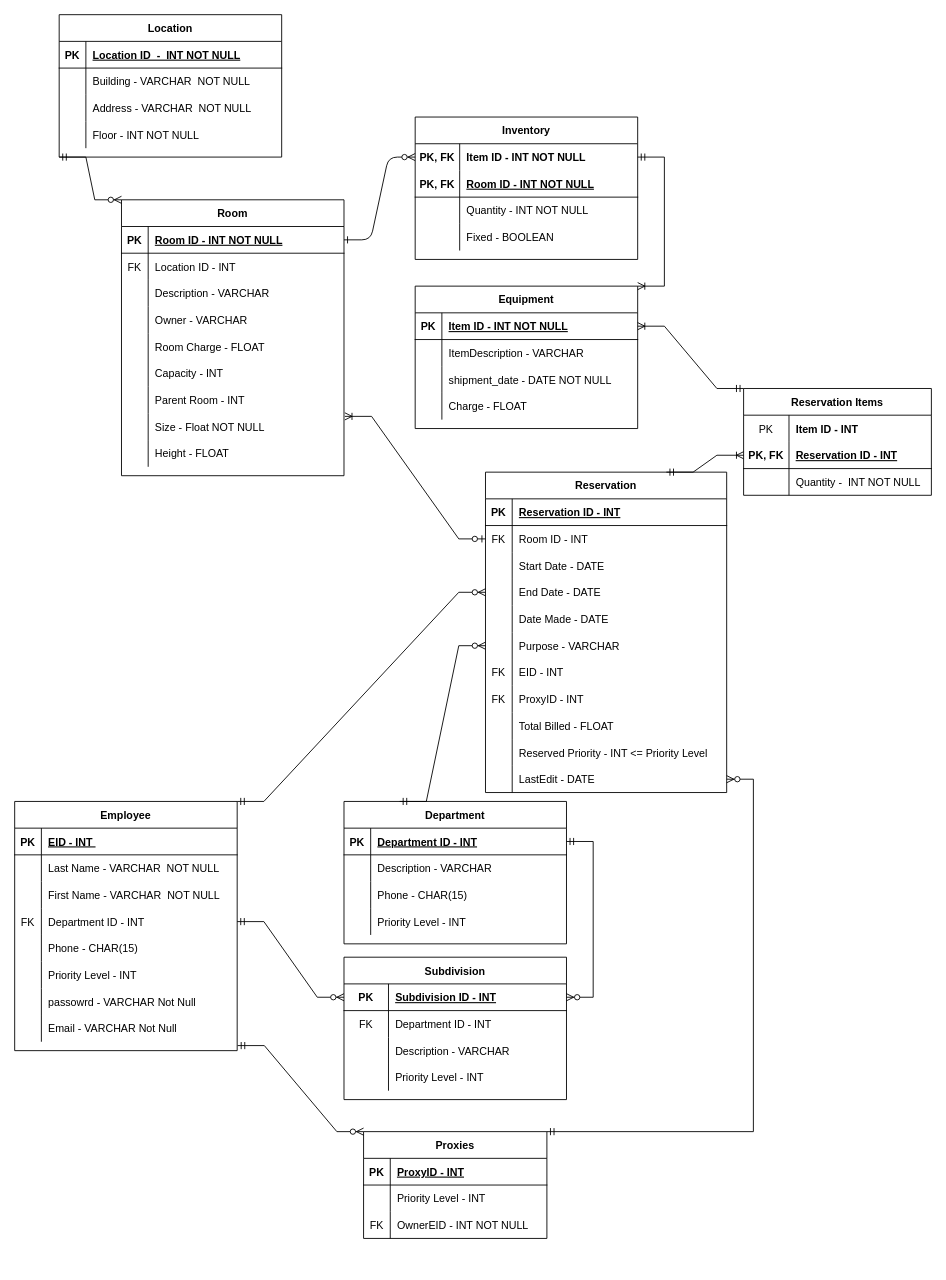
Above: Projcet1.drawio in seanjedi/comp-163-database-design-class (draw.io), before the change. Source tidied: cells renumbered, new cells numbered last; positions are measured from the earlier drawing's top-left corner, leaving out a move shared by most shapes. Both pictures are drawn from the tidied source at 89%, with x=0, y=0 at pixel (14, 14).
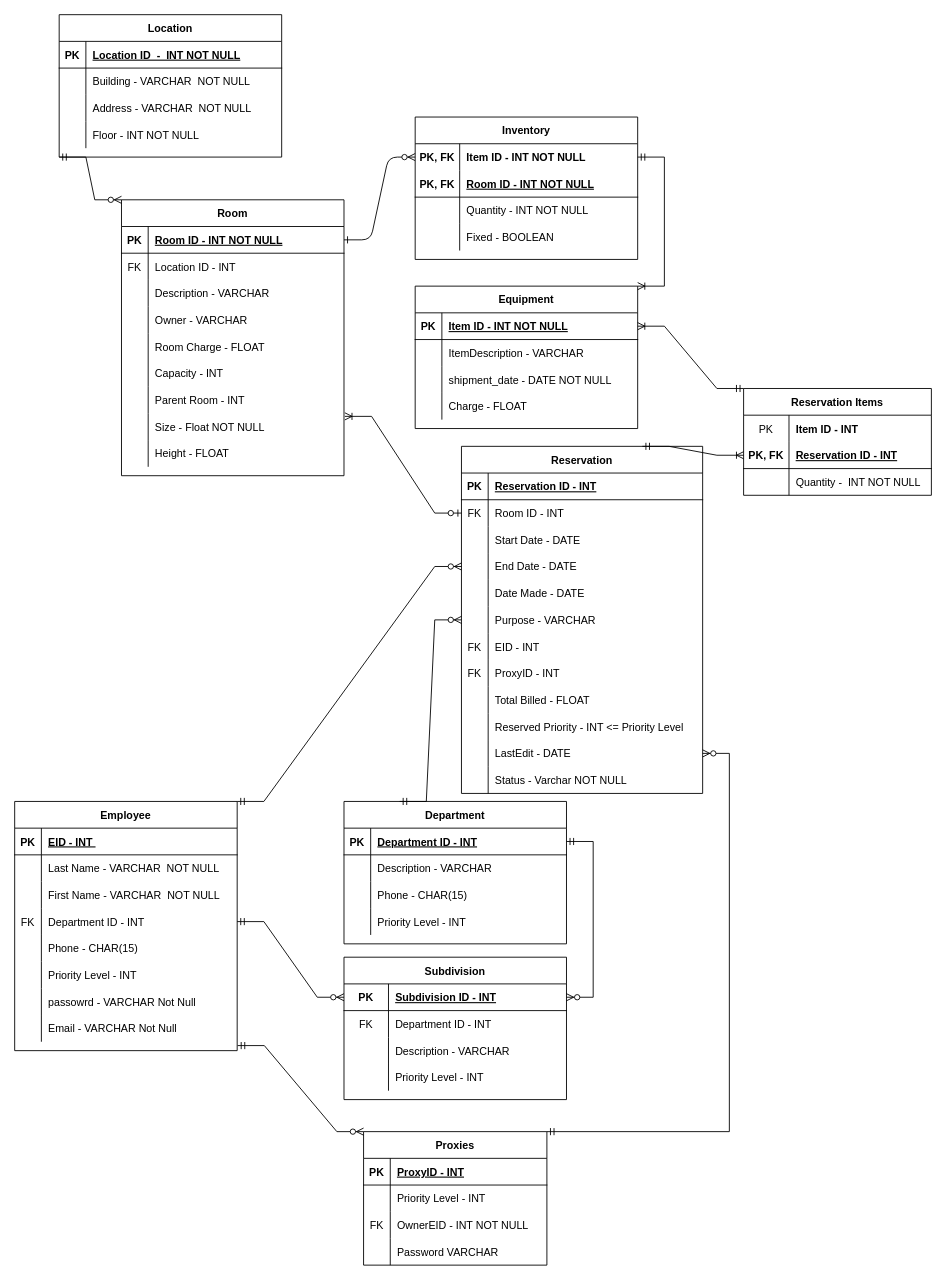
Above is the later version.

What changed in the source:
```diff
@@
     <mxCell id="121" value="Proxies" style="shape=table;startSize=30;childLayout=tableLayout;rowLines=0;fontStyle=1;align=center;" parent="1" vertex="1">
-      <mxGeometry x="392" y="1255" width="206" height="120" as="geometry" />
+      <mxGeometry x="392" y="1255" width="206" height="150" as="geometry" />
     </mxCell>
@@
+    <mxCell id="188" style="shape=tableRow;horizontal=0;startSize=0;swimlaneHead=0;swimlaneBody=0;fillColor=none;top=0;left=0;right=0;bottom=0;" parent="121" vertex="1">
+      <mxGeometry y="120" width="206" height="30" as="geometry" />
+    </mxCell>
+    <mxCell id="189" style="shape=partialRectangle;fillColor=none;top=0;left=0;bottom=0;right=0;overflow=hidden;" parent="188" vertex="1">
+      <mxGeometry width="30" height="30" as="geometry" />
+    </mxCell>
+    <mxCell id="190" value="Password VARCHAR" style="shape=partialRectangle;fillColor=none;top=0;left=0;bottom=0;right=0;align=left;spacingLeft=6;overflow=hidden;" parent="188" vertex="1">
+      <mxGeometry x="30" width="176" height="30" as="geometry" />
+    </mxCell>
@@
     <mxCell id="133" value="Reservation" style="shape=table;startSize=30;childLayout=tableLayout;rowLines=0;fontStyle=1;align=center;" parent="1" vertex="1">
-      <mxGeometry x="529" y="514" width="271" height="360" as="geometry" />
+      <mxGeometry x="502" y="485" width="271" height="390" as="geometry" />
     </mxCell>
@@
+    <mxCell id="191" style="shape=tableRow;horizontal=0;startSize=0;swimlaneHead=0;swimlaneBody=0;fillColor=none;top=0;left=0;right=0;bottom=0;" parent="133" vertex="1">
+      <mxGeometry y="360" width="271" height="30" as="geometry" />
+    </mxCell>
+    <mxCell id="192" style="shape=partialRectangle;fillColor=none;top=0;left=0;bottom=0;right=0;overflow=hidden;" parent="191" vertex="1">
+      <mxGeometry width="30" height="30" as="geometry" />
+    </mxCell>
+    <mxCell id="193" value="Status - Varchar NOT NULL" style="shape=partialRectangle;fillColor=none;top=0;left=0;bottom=0;right=0;align=left;spacingLeft=6;overflow=hidden;" parent="191" vertex="1">
+      <mxGeometry x="30" width="241" height="30" as="geometry" />
+    </mxCell>
```
